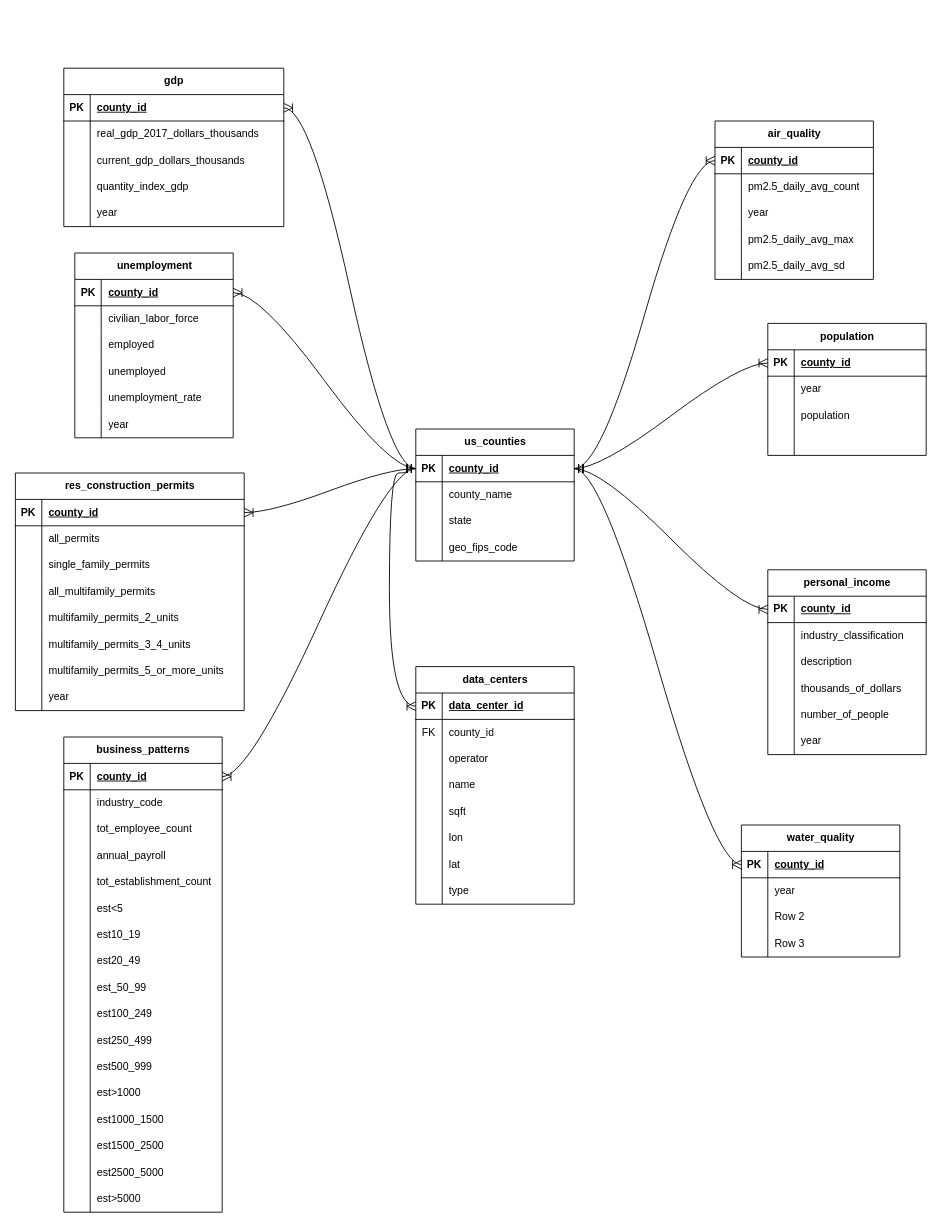
Earlier version of the draw.io diagram db_documentation/capstone_db_erd.drawio (LoganRosell/local-economic-impact-of-data-centers-workbook). Source tidied: cells renumbered, new cells numbered last; positions are measured from the earlier drawing's top-left corner, leaving out a move shared by most shapes. Both pictures are drawn from the tidied source at 88%, with x=0, y=0 at pixel (15, 68).
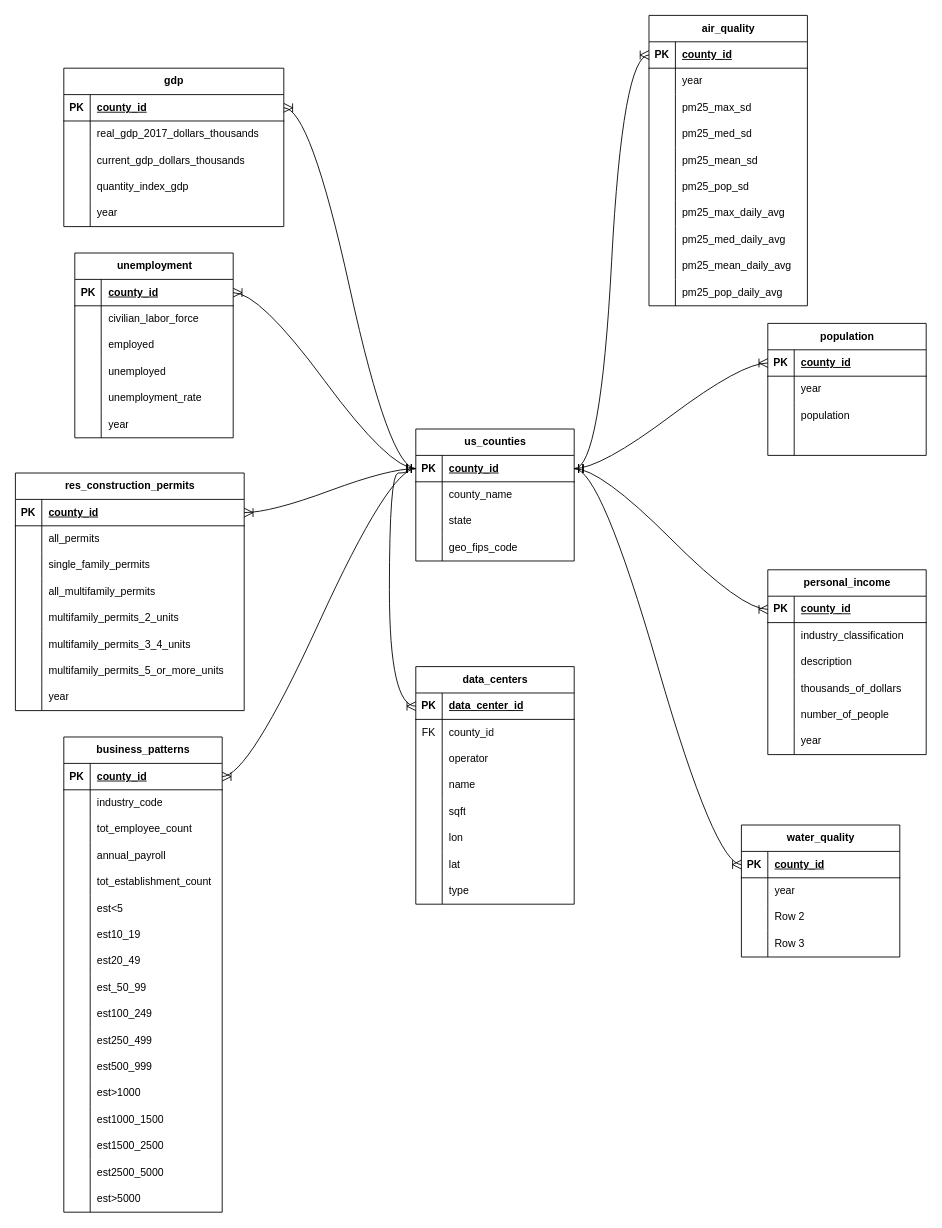
The same page after the edit.

Commit message (it also covers changes not shown here):
feat: create cleaning script for air quality data

Unchanged cells that the change refers to:
```xml
<mxCell id="111" style="shape=tableRow;horizontal=0;startSize=0;swimlaneHead=0;swimlaneBody=0;fillColor=none;top=0;left=0;right=0;bottom=0;" parent="107" vertex="1">
  <mxGeometry y="60" width="180" height="30" as="geometry" />
</mxCell>
<mxCell id="114" style="shape=tableRow;horizontal=0;startSize=0;swimlaneHead=0;swimlaneBody=0;fillColor=none;top=0;left=0;right=0;bottom=0;" parent="107" vertex="1">
  <mxGeometry y="90" width="180" height="30" as="geometry" />
</mxCell>
<mxCell id="117" style="shape=tableRow;horizontal=0;startSize=0;swimlaneHead=0;swimlaneBody=0;fillColor=none;top=0;left=0;right=0;bottom=0;" parent="107" vertex="1">
  <mxGeometry y="120" width="180" height="30" as="geometry" />
</mxCell>
<mxCell id="120" style="shape=tableRow;horizontal=0;startSize=0;swimlaneHead=0;swimlaneBody=0;fillColor=none;top=0;left=0;right=0;bottom=0;" parent="107" vertex="1">
  <mxGeometry y="150" width="180" height="30" as="geometry" />
</mxCell>
```

The edit, as a diff of the source:
```diff
@@
     <mxCell id="107" value="air_quality" style="shape=table;startSize=30;childLayout=tableLayout;rowLines=0;fontStyle=1;align=center;html=1;" parent="1" vertex="1">
-      <mxGeometry x="795" y="60" width="180" height="180" as="geometry" />
+      <mxGeometry x="720" y="-60" width="180" height="330" as="geometry" />
     </mxCell>
@@
-    <mxCell id="113" value="pm2.5_daily_avg_count" style="shape=partialRectangle;fillColor=none;top=0;left=0;bottom=0;right=0;align=left;spacingLeft=6;overflow=hidden;whiteSpace=wrap;html=1;" parent="111" vertex="1">
+    <mxCell id="113" value="year" style="shape=partialRectangle;fillColor=none;top=0;left=0;bottom=0;right=0;align=left;spacingLeft=6;overflow=hidden;whiteSpace=wrap;html=1;" parent="111" vertex="1">
       <mxGeometry x="30" width="150" height="30" as="geometry" />
     </mxCell>
@@
-    <mxCell id="116" value="year" style="shape=partialRectangle;fillColor=none;top=0;left=0;bottom=0;right=0;align=left;spacingLeft=6;overflow=hidden;whiteSpace=wrap;html=1;" parent="114" vertex="1">
+    <mxCell id="116" value="pm25_max_sd" style="shape=partialRectangle;fillColor=none;top=0;left=0;bottom=0;right=0;align=left;spacingLeft=6;overflow=hidden;whiteSpace=wrap;html=1;" parent="114" vertex="1">
       <mxGeometry x="30" width="150" height="30" as="geometry" />
     </mxCell>
@@
-    <mxCell id="119" value="pm2.5_daily_avg_max" style="shape=partialRectangle;fillColor=none;top=0;left=0;bottom=0;right=0;align=left;spacingLeft=6;overflow=hidden;whiteSpace=wrap;html=1;" parent="117" vertex="1">
+    <mxCell id="119" value="pm25_med_sd" style="shape=partialRectangle;fillColor=none;top=0;left=0;bottom=0;right=0;align=left;spacingLeft=6;overflow=hidden;whiteSpace=wrap;html=1;" parent="117" vertex="1">
       <mxGeometry x="30" width="150" height="30" as="geometry" />
     </mxCell>
@@
-    <mxCell id="122" value="pm2.5_daily_avg_sd" style="shape=partialRectangle;fillColor=none;top=0;left=0;bottom=0;right=0;align=left;spacingLeft=6;overflow=hidden;whiteSpace=wrap;html=1;" parent="120" vertex="1">
+    <mxCell id="122" value="pm25_mean_sd" style="shape=partialRectangle;fillColor=none;top=0;left=0;bottom=0;right=0;align=left;spacingLeft=6;overflow=hidden;whiteSpace=wrap;html=1;" parent="120" vertex="1">
       <mxGeometry x="30" width="150" height="30" as="geometry" />
     </mxCell>
+    <mxCell id="222" style="shape=tableRow;horizontal=0;startSize=0;swimlaneHead=0;swimlaneBody=0;fillColor=none;top=0;left=0;right=0;bottom=0;" parent="107" vertex="1">
+      <mxGeometry y="180" width="180" height="30" as="geometry" />
+    </mxCell>
+    <mxCell id="223" style="shape=partialRectangle;fillColor=none;top=0;left=0;bottom=0;right=0;overflow=hidden;whiteSpace=wrap;html=1;" parent="222" vertex="1">
+      <mxGeometry width="30" height="30" as="geometry" />
+    </mxCell>
+    <mxCell id="224" value="pm25_pop_sd" style="shape=partialRectangle;fillColor=none;top=0;left=0;bottom=0;right=0;align=left;spacingLeft=6;overflow=hidden;whiteSpace=wrap;html=1;" parent="222" vertex="1">
+      <mxGeometry x="30" width="150" height="30" as="geometry" />
+    </mxCell>
+    <mxCell id="225" style="shape=tableRow;horizontal=0;startSize=0;swimlaneHead=0;swimlaneBody=0;fillColor=none;top=0;left=0;right=0;bottom=0;" parent="107" vertex="1">
+      <mxGeometry y="210" width="180" height="30" as="geometry" />
+    </mxCell>
+    <mxCell id="226" style="shape=partialRectangle;fillColor=none;top=0;left=0;bottom=0;right=0;overflow=hidden;whiteSpace=wrap;html=1;" parent="225" vertex="1">
+      <mxGeometry width="30" height="30" as="geometry" />
+    </mxCell>
+    <mxCell id="227" value="pm25_max_daily_avg" style="shape=partialRectangle;fillColor=none;top=0;left=0;bottom=0;right=0;align=left;spacingLeft=6;overflow=hidden;whiteSpace=wrap;html=1;" parent="225" vertex="1">
+      <mxGeometry x="30" width="150" height="30" as="geometry" />
+    </mxCell>
+    <mxCell id="228" style="shape=tableRow;horizontal=0;startSize=0;swimlaneHead=0;swimlaneBody=0;fillColor=none;top=0;left=0;right=0;bottom=0;" parent="107" vertex="1">
+      <mxGeometry y="240" width="180" height="30" as="geometry" />
+    </mxCell>
+    <mxCell id="229" style="shape=partialRectangle;fillColor=none;top=0;left=0;bottom=0;right=0;overflow=hidden;whiteSpace=wrap;html=1;" parent="228" vertex="1">
+      <mxGeometry width="30" height="30" as="geometry" />
+    </mxCell>
+    <mxCell id="230" value="pm25_med_daily_avg" style="shape=partialRectangle;fillColor=none;top=0;left=0;bottom=0;right=0;align=left;spacingLeft=6;overflow=hidden;whiteSpace=wrap;html=1;" parent="228" vertex="1">
+      <mxGeometry x="30" width="150" height="30" as="geometry" />
+    </mxCell>
+    <mxCell id="231" style="shape=tableRow;horizontal=0;startSize=0;swimlaneHead=0;swimlaneBody=0;fillColor=none;top=0;left=0;right=0;bottom=0;" parent="107" vertex="1">
+      <mxGeometry y="270" width="180" height="30" as="geometry" />
+    </mxCell>
+    <mxCell id="232" style="shape=partialRectangle;fillColor=none;top=0;left=0;bottom=0;right=0;overflow=hidden;whiteSpace=wrap;html=1;" parent="231" vertex="1">
+      <mxGeometry width="30" height="30" as="geometry" />
+    </mxCell>
+    <mxCell id="233" value="pm25_mean_daily_avg" style="shape=partialRectangle;fillColor=none;top=0;left=0;bottom=0;right=0;align=left;spacingLeft=6;overflow=hidden;whiteSpace=wrap;html=1;" parent="231" vertex="1">
+      <mxGeometry x="30" width="150" height="30" as="geometry" />
+    </mxCell>
+    <mxCell id="234" style="shape=tableRow;horizontal=0;startSize=0;swimlaneHead=0;swimlaneBody=0;fillColor=none;top=0;left=0;right=0;bottom=0;" parent="107" vertex="1">
+      <mxGeometry y="300" width="180" height="30" as="geometry" />
+    </mxCell>
+    <mxCell id="235" style="shape=partialRectangle;fillColor=none;top=0;left=0;bottom=0;right=0;overflow=hidden;whiteSpace=wrap;html=1;" parent="234" vertex="1">
+      <mxGeometry width="30" height="30" as="geometry" />
+    </mxCell>
+    <mxCell id="236" value="pm25_pop_daily_avg" style="shape=partialRectangle;fillColor=none;top=0;left=0;bottom=0;right=0;align=left;spacingLeft=6;overflow=hidden;whiteSpace=wrap;html=1;" parent="234" vertex="1">
+      <mxGeometry x="30" width="150" height="30" as="geometry" />
+    </mxCell>
```
